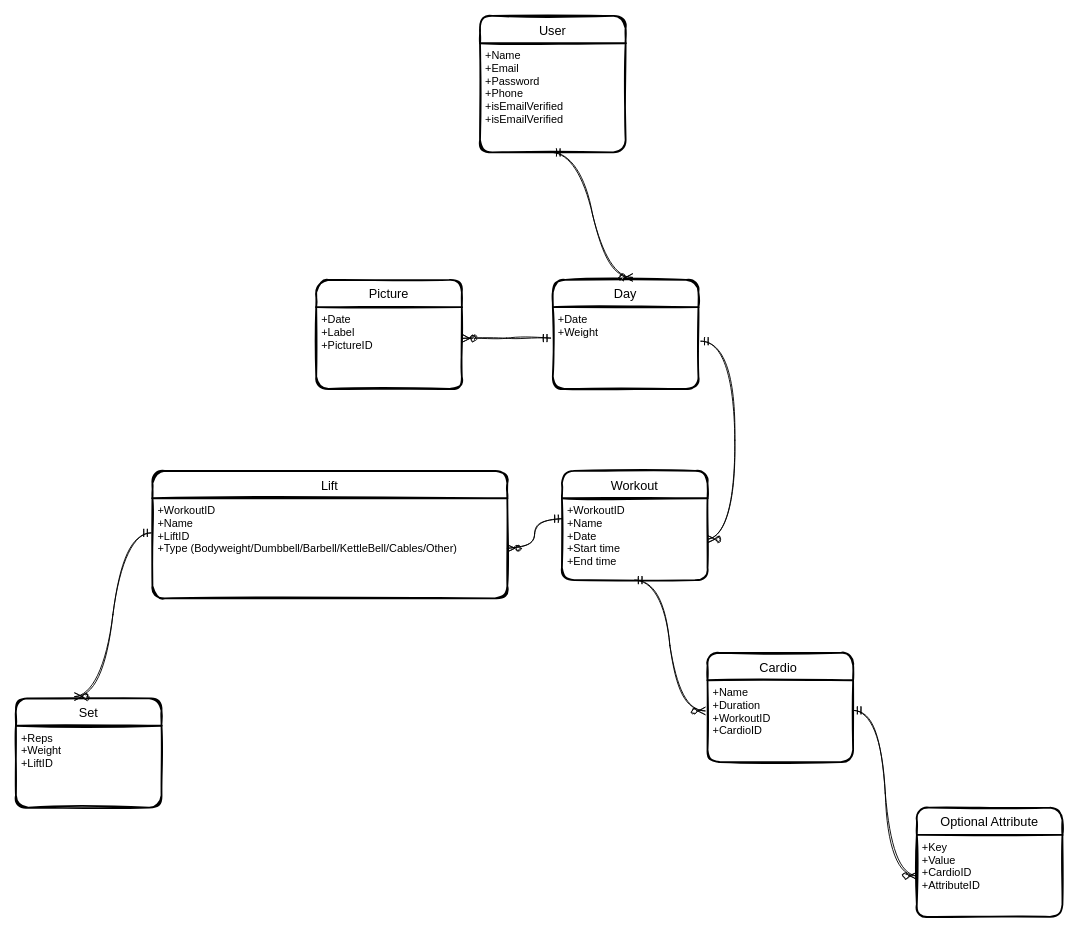
This is databasediagram.drawio from abhishekxix/workout-tacker-backend, a draw.io file, before an edit. Source tidied: cells renumbered, new cells numbered last; positions are measured from the earlier drawing's top-left corner, leaving out a move shared by most shapes. Both pictures are drawn from the tidied source at 91%, with x=0, y=0 at pixel (15, 15).
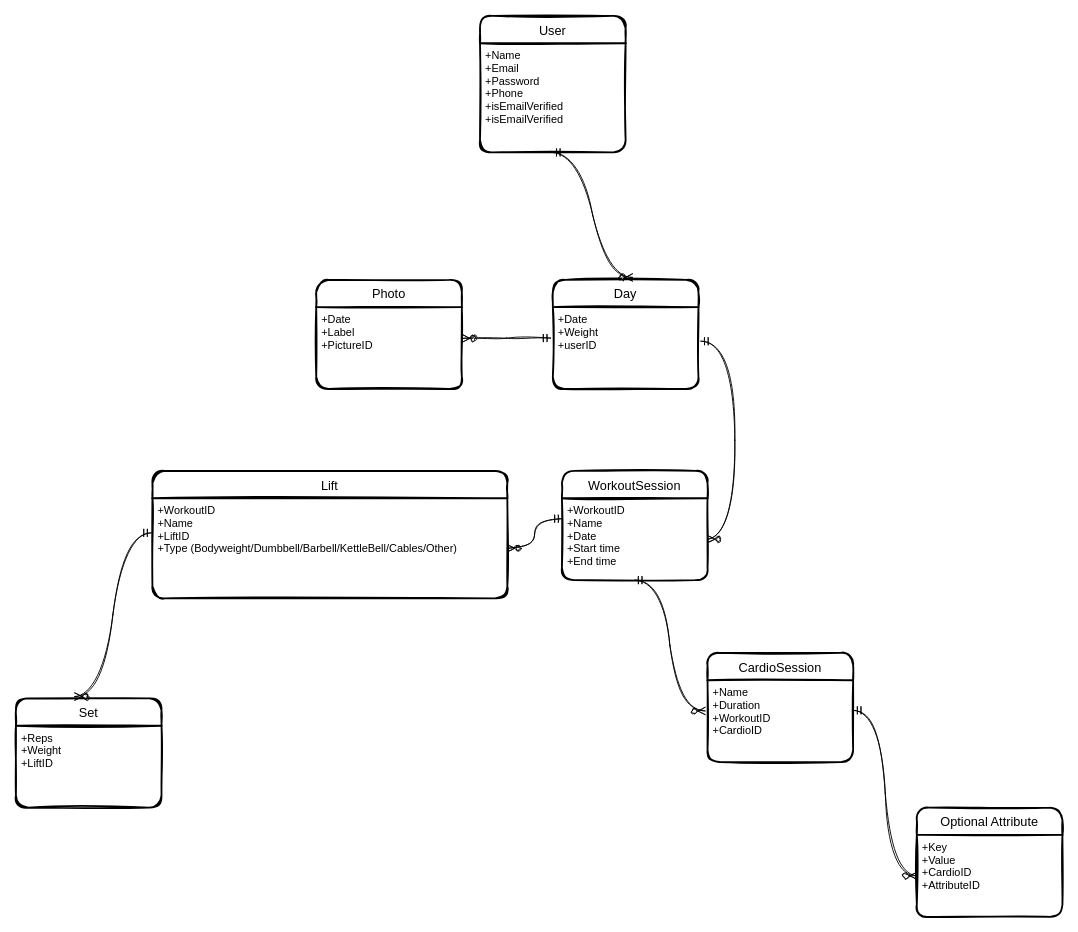
The same diagram, later.

Unchanged cells that the change refers to:
```xml
<mxCell id="9" value="Day" style="swimlane;horizontal=1;startSize=30;rounded=1;fontSize=14;fontStyle=0;strokeWidth=2;shadow=0;dashed=0;align=center;sketch=1;" parent="1" vertex="1">
  <mxGeometry x="590" y="290" width="160" height="120" as="geometry" />
</mxCell>
```

Change to the diagram source:
```diff
@@
-    <mxCell id="6" value="Workout" style="swimlane;horizontal=1;startSize=30;rounded=1;fontSize=14;fontStyle=0;strokeWidth=2;shadow=0;dashed=0;align=center;sketch=1;" parent="1" vertex="1">
+    <mxCell id="6" value="WorkoutSession" style="swimlane;horizontal=1;startSize=30;rounded=1;fontSize=14;fontStyle=0;strokeWidth=2;shadow=0;dashed=0;align=center;sketch=1;" parent="1" vertex="1">
       <mxGeometry x="600" y="500" width="160" height="120" as="geometry" />
     </mxCell>
@@
-    <mxCell id="10" value="+Date&#10;+Weight&#10;" style="align=left;strokeColor=none;fillColor=none;spacingLeft=4;fontSize=12;verticalAlign=top;rounded=1;sketch=1;" parent="9" vertex="1">
+    <mxCell id="10" value="+Date&#10;+Weight&#10;+userID" style="align=left;strokeColor=none;fillColor=none;spacingLeft=4;fontSize=12;verticalAlign=top;rounded=1;sketch=1;" parent="9" vertex="1">
       <mxGeometry y="30" width="160" height="90" as="geometry" />
     </mxCell>
-    <mxCell id="11" value="Picture" style="swimlane;horizontal=1;startSize=30;rounded=1;fontSize=14;fontStyle=0;strokeWidth=2;shadow=0;dashed=0;align=center;sketch=1;" parent="1" vertex="1">
+    <mxCell id="11" value="Photo" style="swimlane;horizontal=1;startSize=30;rounded=1;fontSize=14;fontStyle=0;strokeWidth=2;shadow=0;dashed=0;align=center;sketch=1;" parent="1" vertex="1">
       <mxGeometry x="330" y="290" width="160" height="120" as="geometry" />
     </mxCell>
@@
-    <mxCell id="14" value="Cardio " style="swimlane;horizontal=1;startSize=30;rounded=1;fontSize=14;fontStyle=0;strokeWidth=2;shadow=0;dashed=0;align=center;sketch=1;" parent="1" vertex="1">
+    <mxCell id="14" value="CardioSession" style="swimlane;horizontal=1;startSize=30;rounded=1;fontSize=14;fontStyle=0;strokeWidth=2;shadow=0;dashed=0;align=center;sketch=1;" parent="1" vertex="1">
       <mxGeometry x="760" y="700" width="160" height="120" as="geometry" />
     </mxCell>
```
